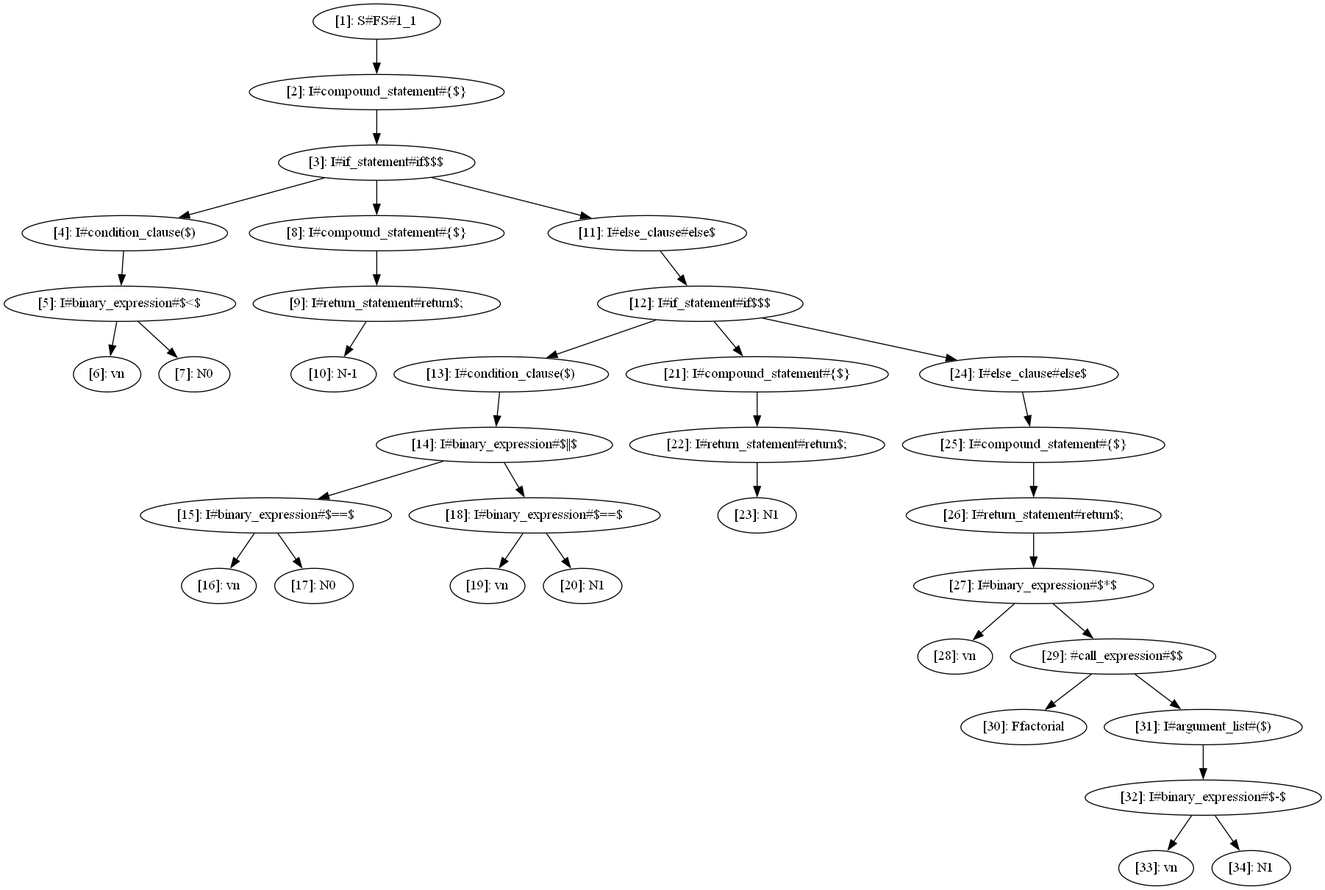
Before: cass.png, a diagram exported from Graphviz (deryaerman/DIA-System-DS-Plagiarism-Checker-GIT). Its source is kept beside it as cass.dot.
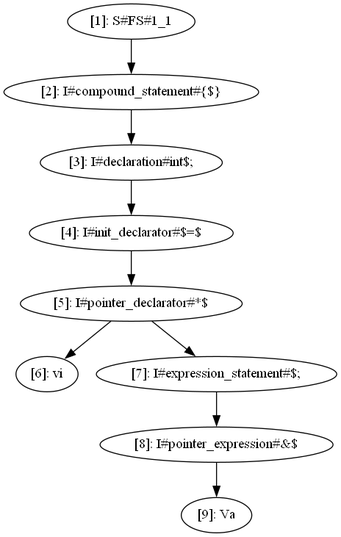
The same diagram one commit later.

The edit, as a diff of the source:
```diff
@@ -2,69 +2,19 @@
   node [shape=ellipse];
   n1 [label="[1]: S#FS#1_1"];
   n2 [label="[2]: I#compound_statement#{$}"];
-  n3 [label="[3]: I#if_statement#if$$$"];
-  n4 [label="[4]: I#condition_clause($)"];
-  n5 [label="[5]: I#binary_expression#$<$"];
-  n6 [label="[6]: vn"];
-  n7 [label="[7]: N0"];
-  n8 [label="[8]: I#compound_statement#{$}"];
-  n9 [label="[9]: I#return_statement#return$;"];
-  n10 [label="[10]: N-1"];
-  n11 [label="[11]: I#else_clause#else$"];
-  n12 [label="[12]: I#if_statement#if$$$"];
-  n13 [label="[13]: I#condition_clause($)"];
-  n14 [label="[14]: I#binary_expression#$||$"];
-  n15 [label="[15]: I#binary_expression#$==$"];
-  n16 [label="[16]: vn"];
-  n17 [label="[17]: N0"];
-  n18 [label="[18]: I#binary_expression#$==$"];
-  n19 [label="[19]: vn"];
-  n20 [label="[20]: N1"];
-  n21 [label="[21]: I#compound_statement#{$}"];
-  n22 [label="[22]: I#return_statement#return$;"];
-  n23 [label="[23]: N1"];
-  n24 [label="[24]: I#else_clause#else$"];
-  n25 [label="[25]: I#compound_statement#{$}"];
-  n26 [label="[26]: I#return_statement#return$;"];
-  n27 [label="[27]: I#binary_expression#$*$"];
-  n28 [label="[28]: vn"];
-  n29 [label="[29]: #call_expression#$$"];
-  n30 [label="[30]: Ffactorial"];
-  n31 [label="[31]: I#argument_list#($)"];
-  n32 [label="[32]: I#binary_expression#$-$"];
-  n33 [label="[33]: vn"];
-  n34 [label="[34]: N1"];
+  n3 [label="[3]: I#declaration#int$;"];
+  n4 [label="[4]: I#init_declarator#$=$"];
+  n5 [label="[5]: I#pointer_declarator#*$"];
+  n6 [label="[6]: vi"];
+  n7 [label="[7]: I#expression_statement#$;"];
+  n8 [label="[8]: I#pointer_expression#&$"];
+  n9 [label="[9]: Va"];
   n1 -> n2;
   n2 -> n3;
   n3 -> n4;
   n4 -> n5;
   n5 -> n6;
   n5 -> n7;
-  n3 -> n8;
+  n7 -> n8;
   n8 -> n9;
-  n9 -> n10;
-  n3 -> n11;
-  n11 -> n12;
-  n12 -> n13;
-  n13 -> n14;
-  n14 -> n15;
-  n15 -> n16;
-  n15 -> n17;
-  n14 -> n18;
-  n18 -> n19;
-  n18 -> n20;
-  n12 -> n21;
-  n21 -> n22;
-  n22 -> n23;
-  n12 -> n24;
-  n24 -> n25;
-  n25 -> n26;
-  n26 -> n27;
-  n27 -> n28;
-  n27 -> n29;
-  n29 -> n30;
-  n29 -> n31;
-  n31 -> n32;
-  n32 -> n33;
-  n32 -> n34;
 }
```
